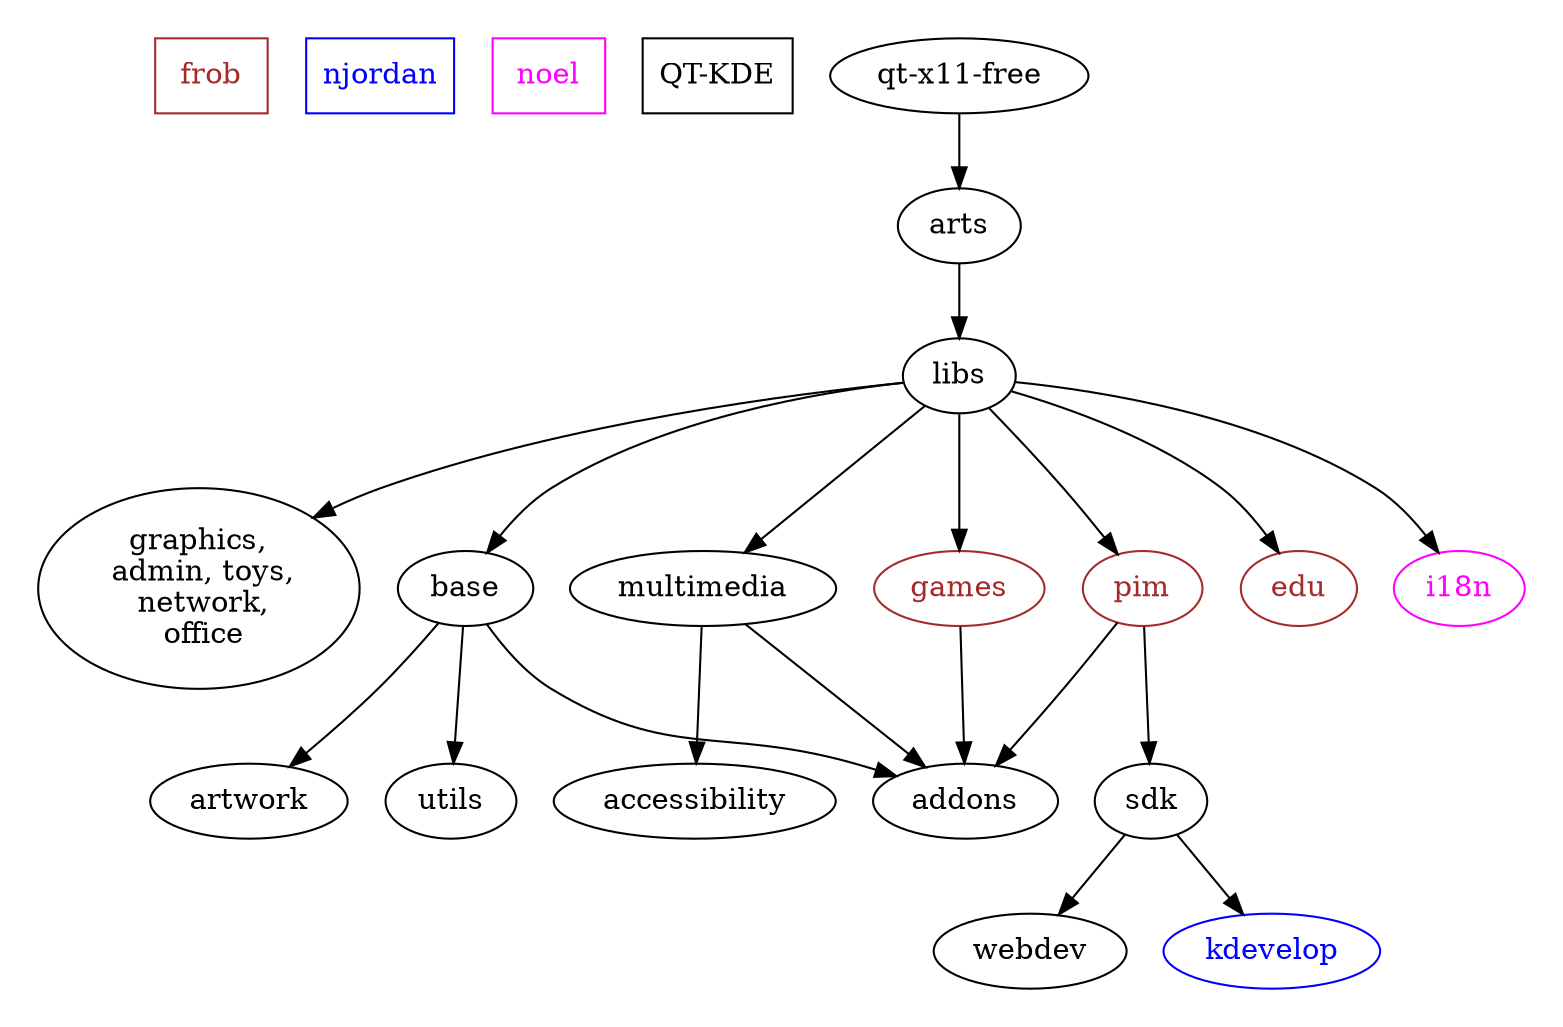
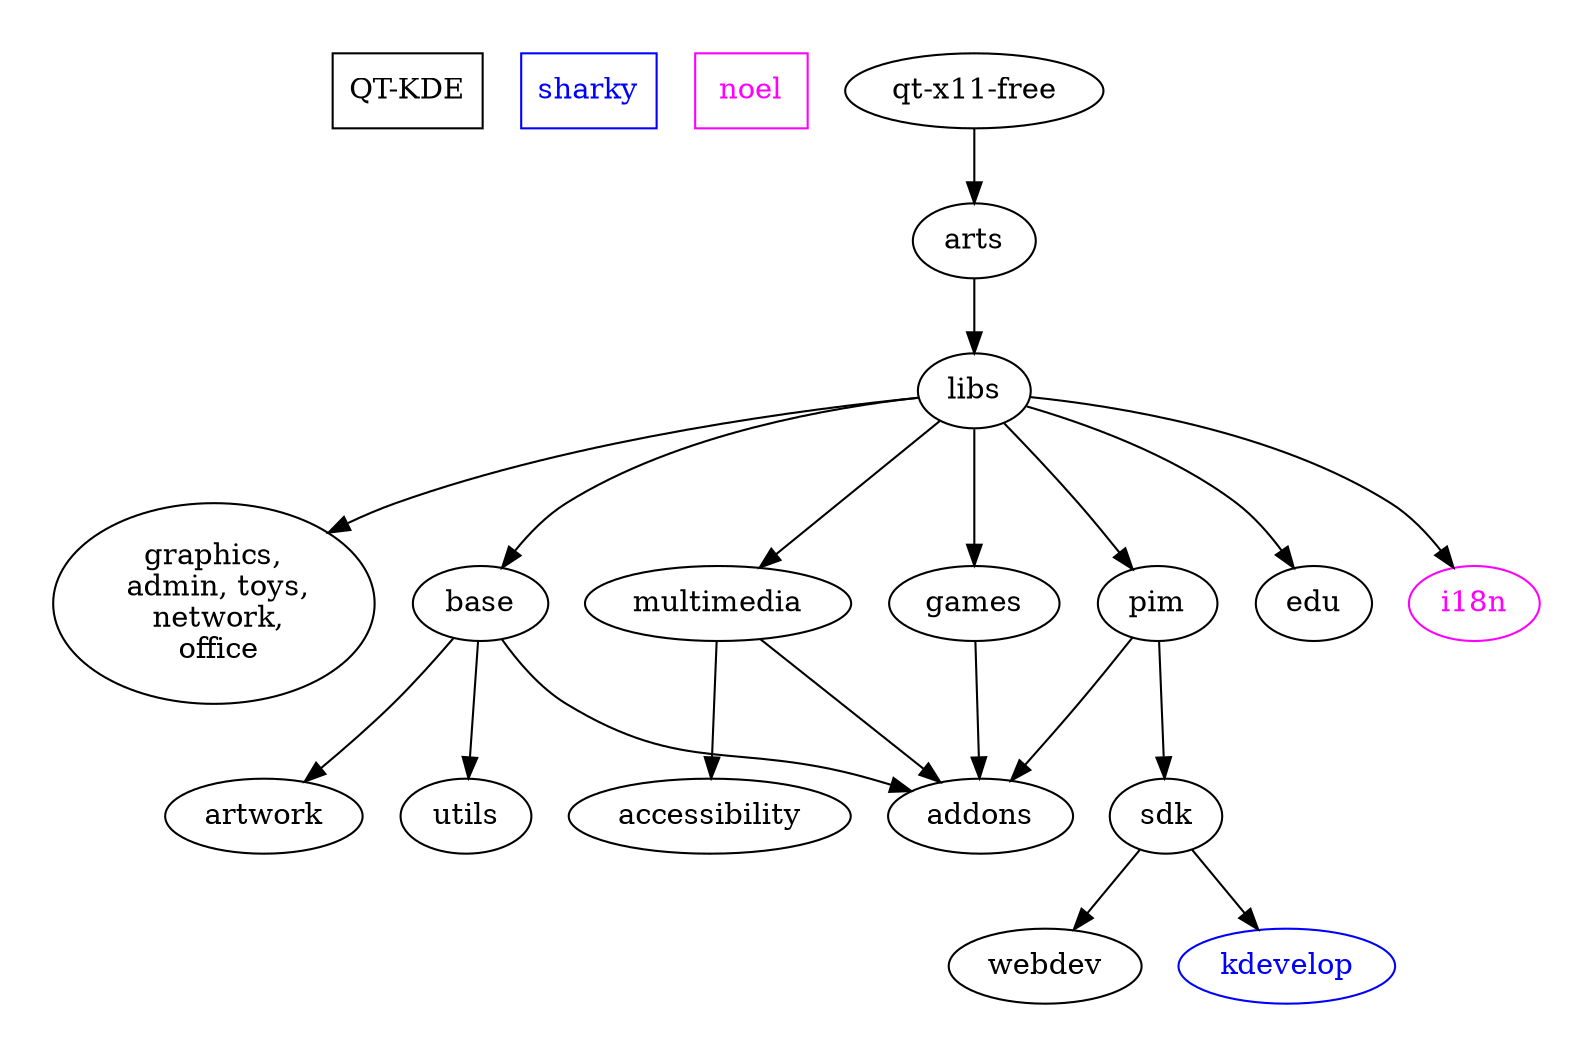
digraph KDE {

-     margin="0.2";
+     margin="0.3";

/** LEGEND **/
-     frob     [shape=rect, color=brown, fontcolor=brown] ;
-     njordan  [shape=rect, color=blue, fontcolor=blue] ;
+ 
+     "QT-KDE" [shape=rect] ;
+     sharky   [shape=rect, color=blue, fontcolor=blue] ;
    noel     [shape=rect, color=magenta, fontcolor=magenta] ;
-     "QT-KDE" [shape=rect] ;

/** DEPS **/

    "qt-x11-free" -> { arts } ;

    arts -> libs ;

    libs -> { "graphics,\n admin, toys,\n network,\n office" } ;

    libs -> base       -> { utils artwork addons } ;
    libs -> multimedia -> { accessibility addons } ;
    pim  -> sdk        -> { webdev kdevelop } ;
    { pim games } -> addons

    libs -> { edu pim games i18n } ;

- /* frob's packages */
-     edu      [color=brown, fontcolor=brown] ;
-     pim      [color=brown, fontcolor=brown] ;
-     games    [color=brown, fontcolor=brown] ;
- /* njordan packages */
+ /* sharky packages */
    kdevelop [color=blue, fontcolor=blue] ;
/* noel packages */
    i18n     [color=magenta, fontcolor=magenta] ;
}
